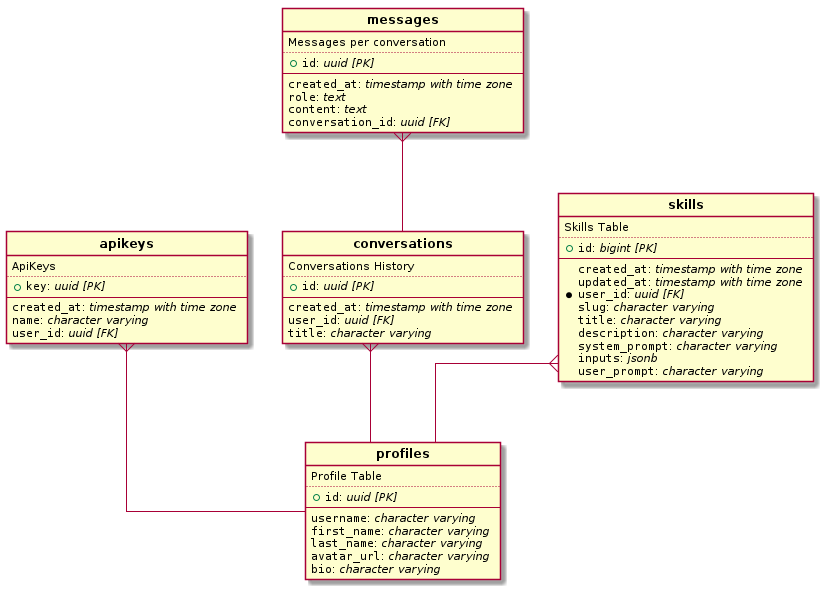
The PlantUML diagram ddl/ddl.png in JovianHQ/jobot, before a commit.
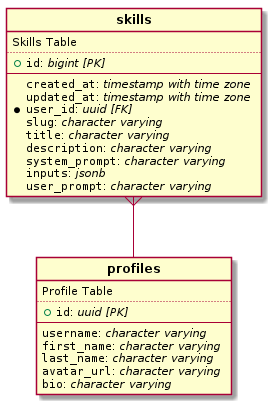
The same file after the commit.

Commit message:
Update DDL graph

Change to the diagram source:
```diff
@@ -1,37 +1,6 @@
 @startuml
 hide circle
 skinparam linetype ortho
-
-entity "**apikeys**" {
-  ApiKeys
-  ..
-  + ""key"": //uuid [PK]//
-  --
-  ""created_at"": //timestamp with time zone //
-  ""name"": //character varying //
-  ""user_id"": //uuid [FK]//
-}
-
-entity "**conversations**" {
-  Conversations History
-  ..
-  + ""id"": //uuid [PK]//
-  --
-  ""created_at"": //timestamp with time zone //
-  ""user_id"": //uuid [FK]//
-  ""title"": //character varying //
-}
-
-entity "**messages**" {
-  Messages per conversation
-  ..
-  + ""id"": //uuid [PK]//
-  --
-  ""created_at"": //timestamp with time zone //
-  ""role"": //text //
-  ""content"": //text //
-  ""conversation_id"": //uuid [FK]//
-}
 
 entity "**profiles**" {
   Profile Table
@@ -61,11 +30,5 @@
   ""user_prompt"": //character varying //
 }
 
-"**apikeys**"   }--  "**profiles**"
-
-"**conversations**"   }--  "**profiles**"
-
-"**messages**"   }--  "**conversations**"
-
 "**skills**"   }--  "**profiles**"
 @enduml
```
